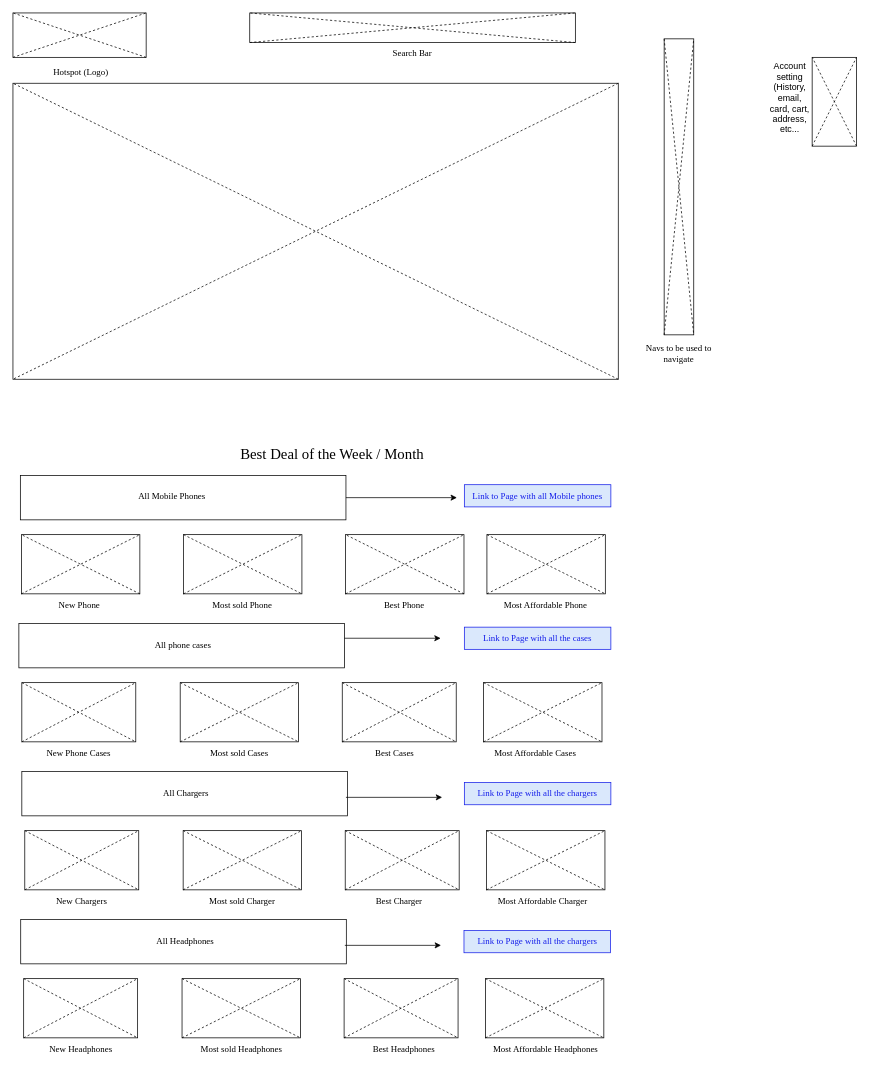
Above: page "Different design Home PC Layout" (2 of 40) of Phone Design Wireframes Unit13.drawio in DariusBilt444079/U13A2-Darius (draw.io), before the change. Source tidied: cells renumbered, new cells numbered last; positions are measured from the earlier drawing's top-left corner, leaving out a move shared by most shapes. Both pictures are drawn from the tidied source at 74%, with x=0, y=0 at pixel (13, 13).
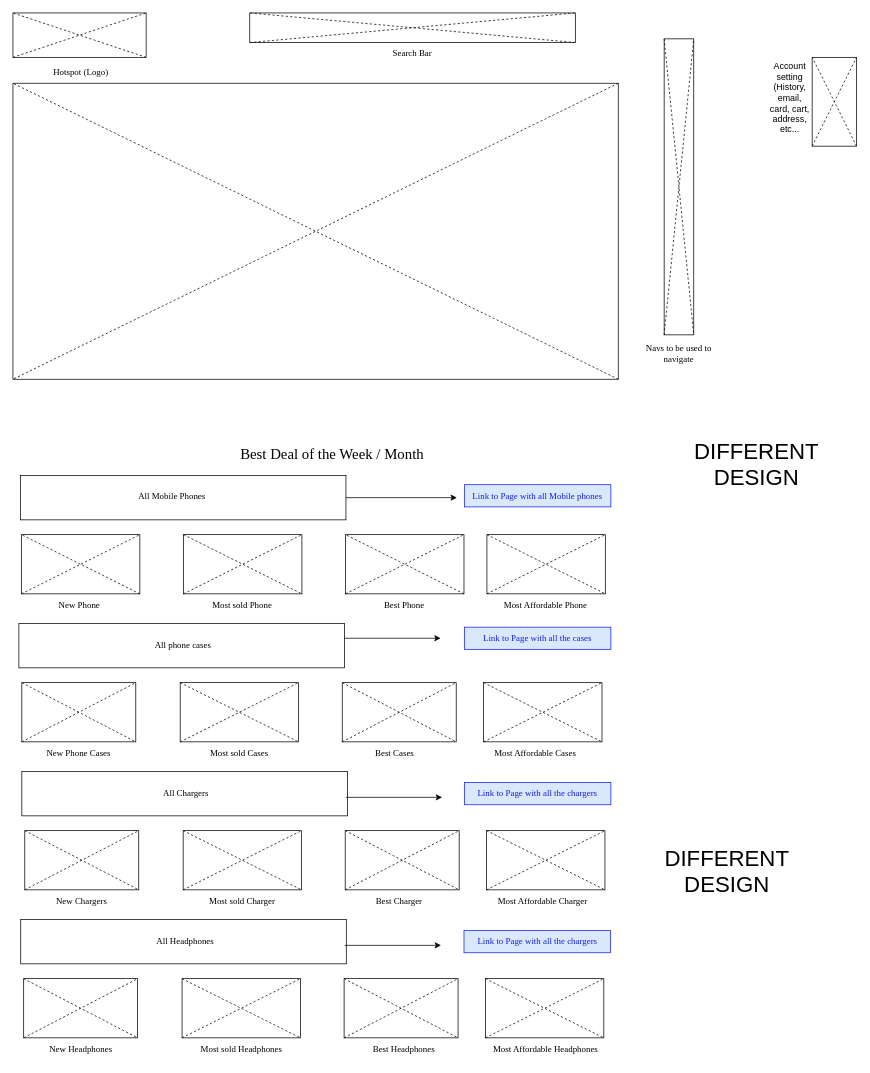
The same page after the edit.

Diff of the diagram source:
```diff
@@
+    <mxCell id="102" value="&lt;font style=&quot;font-size: 30px;&quot;&gt;DIFFERENT DESIGN&lt;/font&gt;" style="text;html=1;strokeColor=none;fillColor=none;align=center;verticalAlign=middle;whiteSpace=wrap;rounded=0;" parent="1" vertex="1">
+      <mxGeometry x="890" y="545" width="230" height="130" as="geometry" />
+    </mxCell>
+    <mxCell id="103" value="&lt;font style=&quot;font-size: 30px;&quot;&gt;DIFFERENT DESIGN&lt;/font&gt;" style="text;html=1;strokeColor=none;fillColor=none;align=center;verticalAlign=middle;whiteSpace=wrap;rounded=0;" parent="1" vertex="1">
+      <mxGeometry x="850" y="1095" width="230" height="130" as="geometry" />
+    </mxCell>
```
